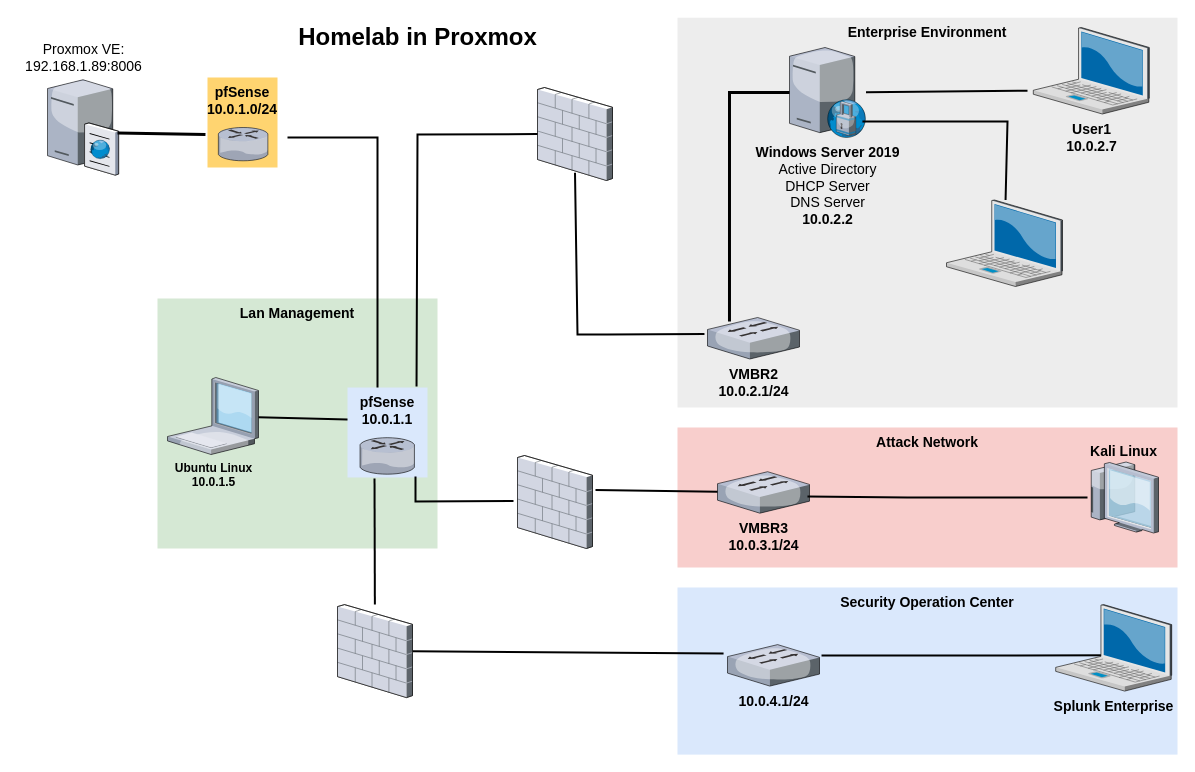
This is Homelab Topology.drawio from IzharSalvanaSyed/Cyber-Security-Homelab, a draw.io file, before an edit. Source tidied: cells renumbered, new cells numbered last; positions are measured from the earlier drawing's top-left corner, leaving out a move shared by most shapes. Both pictures are drawn from the tidied source at 100%, with x=0, y=0 at pixel (47, 17).
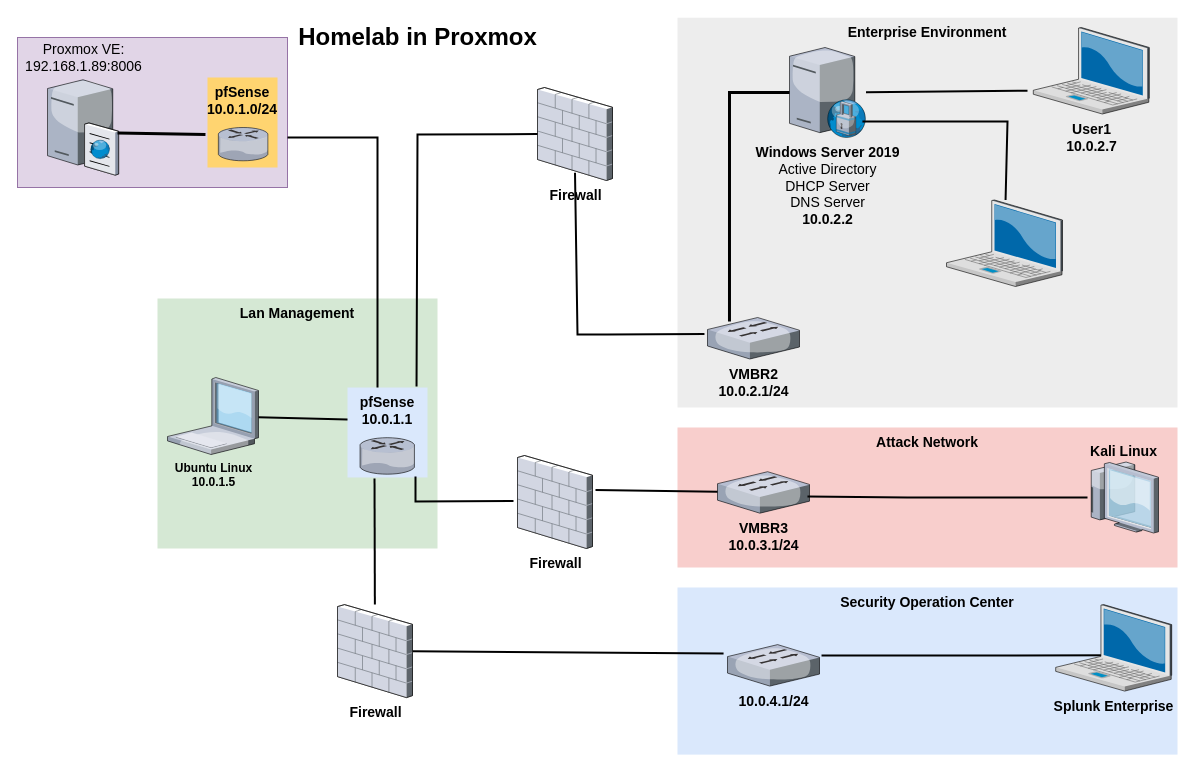
Above is the later version.

Diff of the diagram source:
```diff
@@
+    <mxCell id="41" style="whiteSpace=wrap;html=1;fillColor=#e1d5e7;fontSize=14;strokeColor=#9673a6;verticalAlign=top;" parent="1" vertex="1">
+      <mxGeometry x="-30" y="20" width="270" height="150" as="geometry" />
+    </mxCell>
@@
-    <mxCell id="3" style="verticalLabelPosition=bottom;html=1;verticalAlign=top;strokeColor=none;shape=mxgraph.citrix.firewall;fillColor=#66B2FF;gradientColor=#0066CC;fontSize=14;" parent="1" vertex="1">
+    <mxCell id="3" value="&lt;b&gt;Firewall&lt;br&gt;&lt;/b&gt;" style="verticalLabelPosition=bottom;html=1;verticalAlign=top;strokeColor=none;shape=mxgraph.citrix.firewall;fillColor=#66B2FF;gradientColor=#0066CC;fontSize=14;" parent="1" vertex="1">
       <mxGeometry x="490" y="70" width="75" height="93" as="geometry" />
     </mxCell>
@@
-    <mxCell id="18" style="verticalLabelPosition=bottom;html=1;verticalAlign=top;strokeColor=none;shape=mxgraph.citrix.firewall;fillColor=#66B2FF;gradientColor=#0066CC;fontSize=14;" parent="1" vertex="1">
+    <mxCell id="18" value="&lt;b&gt;Firewall&lt;/b&gt;" style="verticalLabelPosition=bottom;html=1;verticalAlign=top;strokeColor=none;shape=mxgraph.citrix.firewall;fillColor=#66B2FF;gradientColor=#0066CC;fontSize=14;" parent="1" vertex="1">
       <mxGeometry x="470" y="438" width="75" height="93" as="geometry" />
     </mxCell>
@@
-    <mxCell id="37" style="verticalLabelPosition=bottom;html=1;verticalAlign=top;strokeColor=none;shape=mxgraph.citrix.firewall;fillColor=#66B2FF;gradientColor=#0066CC;fontSize=14;" parent="1" vertex="1">
+    <mxCell id="37" value="&lt;b&gt;Firewall&lt;/b&gt;" style="verticalLabelPosition=bottom;html=1;verticalAlign=top;strokeColor=none;shape=mxgraph.citrix.firewall;fillColor=#66B2FF;gradientColor=#0066CC;fontSize=14;" parent="1" vertex="1">
       <mxGeometry x="290" y="587.1" width="75" height="93" as="geometry" />
     </mxCell>
```
